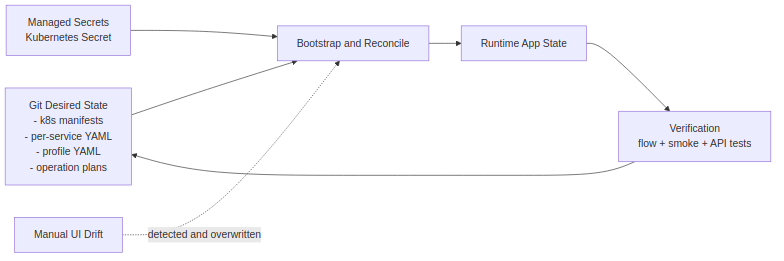
This is docs/diagrams/source-of-truth-flow.png from mploschiavo/mediaserver, a Mermaid export, as it was before one commit. Its source is kept beside it as docs/diagrams/source-of-truth-flow.mmd.
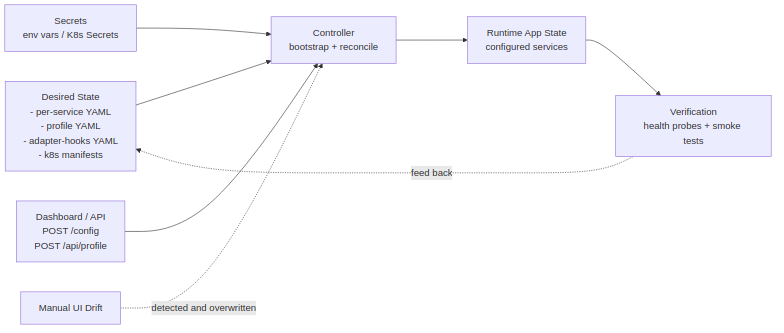
The same file after the commit.

Commit message:
Fix source-of-truth-flow and bootstrap-runtime-model diagrams

Change to the diagram source:
```diff
@@ -1,15 +1,17 @@
 flowchart LR
-  SRC[Git Desired State\n- k8s manifests\n- per-service YAML\n- profile YAML\n- operation plans]
-  SEC[Managed Secrets\nKubernetes Secret]
-  BOOT[Bootstrap and Reconcile]
-  RUN[Runtime App State]
-  TEST[Verification\nflow + smoke + API tests]
+  SRC[Desired State\n- per-service YAML\n- profile YAML\n- adapter-hooks YAML\n- k8s manifests]
+  SEC[Secrets\nenv vars / K8s Secrets]
+  CTRL[Controller\nbootstrap + reconcile]
+  RUN[Runtime App State\nconfigured services]
+  TEST[Verification\nhealth probes + smoke tests]
+  DASH[Dashboard / API\nPOST /config\nPOST /api/profile]
 
-  SRC --> BOOT
-  SEC --> BOOT
-  BOOT --> RUN
+  SRC --> CTRL
+  SEC --> CTRL
+  DASH --> CTRL
+  CTRL --> RUN
   RUN --> TEST
-  TEST --> SRC
+  TEST -.feed back.-> SRC
 
   DRIFT[Manual UI Drift]
-  DRIFT -.detected and overwritten.-> BOOT
+  DRIFT -.detected and overwritten.-> CTRL
```
